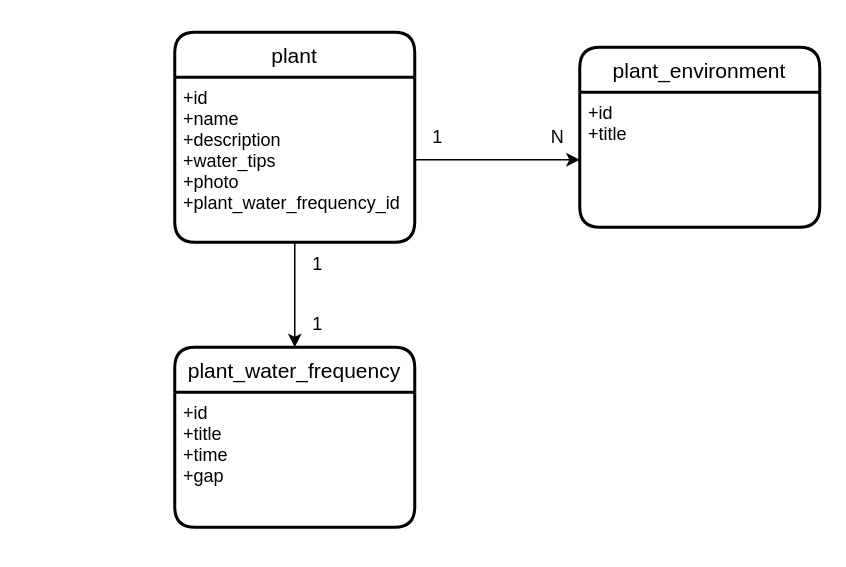
The draw.io diagram documentation/db.drawio in lucas-ssv/plant-manager-api, before the edit. Source tidied: cells renumbered, new cells numbered last; positions are measured from the earlier drawing's top-left corner, leaving out a move shared by most shapes. Both pictures are drawn from the tidied source at 150%, with x=0, y=0 at pixel (174, 32).
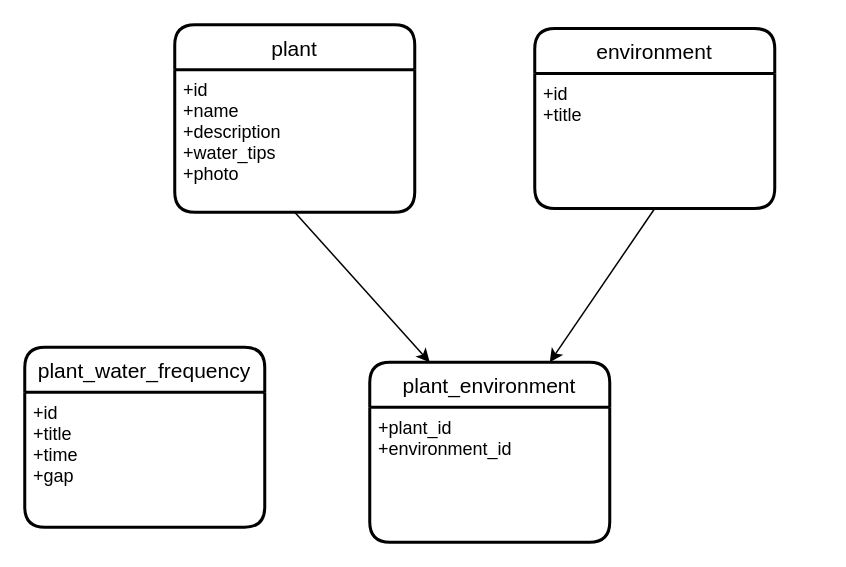
The same page after the edit.

What changed in the source:
```diff
@@
 <mxGraphModel>
   <root>
     <mxCell id="0" />
     <mxCell id="1" parent="0" />
     <mxCell id="2" value="plant" style="swimlane;horizontal=1;startSize=30;rounded=1;fontSize=14;fontStyle=0;strokeWidth=2;shadow=0;dashed=0;align=center;fillStyle=dashed;" parent="1" vertex="1">
-      <mxGeometry width="160" height="140" as="geometry" />
+      <mxGeometry y="-5" width="160" height="125" as="geometry" />
     </mxCell>
-    <mxCell id="3" value="+id&#10;+name&#10;+description&#10;+water_tips&#10;+photo&#10;+plant_water_frequency_id" style="align=left;strokeColor=none;fillColor=none;spacingLeft=4;fontSize=12;verticalAlign=top;fillStyle=dashed;" parent="2" vertex="1">
-      <mxGeometry y="30" width="160" height="110" as="geometry" />
+    <mxCell id="3" value="+id&#10;+name&#10;+description&#10;+water_tips&#10;+photo&#10;" style="align=left;strokeColor=none;fillColor=none;spacingLeft=4;fontSize=12;verticalAlign=top;fillStyle=dashed;" parent="2" vertex="1">
+      <mxGeometry y="30" width="160" height="95" as="geometry" />
     </mxCell>
-    <mxCell id="4" value="plant_environment" style="swimlane;horizontal=1;startSize=30;rounded=1;fontSize=14;fontStyle=0;strokeWidth=2;shadow=0;dashed=0;align=center;fillStyle=dashed;" parent="1" vertex="1">
-      <mxGeometry x="270" y="10" width="160" height="120" as="geometry" />
+    <mxCell id="4" value="environment" style="swimlane;horizontal=1;startSize=30;rounded=1;fontSize=14;fontStyle=0;strokeWidth=2;shadow=0;dashed=0;align=center;fillStyle=dashed;" parent="1" vertex="1">
+      <mxGeometry x="240" y="-2.5" width="160" height="120" as="geometry" />
     </mxCell>
     <mxCell id="5" value="+id&#10;+title" style="align=left;strokeColor=none;fillColor=none;spacingLeft=4;fontSize=12;verticalAlign=top;fillStyle=dashed;" parent="4" vertex="1">
       <mxGeometry y="30" width="160" height="90" as="geometry" />
     </mxCell>
-    <mxCell id="6" style="edgeStyle=none;html=1;" parent="1" edge="1" source="3" target="5">
-      <mxGeometry relative="1" as="geometry" />
-    </mxCell>
-    <mxCell id="7" value="1" style="text;html=1;align=center;verticalAlign=middle;strokeColor=none;fillColor=none;" parent="1" vertex="1">
-      <mxGeometry x="160" y="55" width="30" height="30" as="geometry" />
-    </mxCell>
-    <mxCell id="8" value="N" style="text;html=1;align=center;verticalAlign=middle;strokeColor=none;fillColor=none;" parent="1" vertex="1">
-      <mxGeometry x="240" y="55" width="30" height="30" as="geometry" />
-    </mxCell>
     <mxCell id="9" value="plant_water_frequency" style="swimlane;horizontal=1;startSize=30;rounded=1;fontSize=14;fontStyle=0;strokeWidth=2;shadow=0;dashed=0;align=center;fillStyle=dashed;" parent="1" vertex="1">
-      <mxGeometry y="210" width="160" height="120" as="geometry" />
+      <mxGeometry x="-100" y="210" width="160" height="120" as="geometry" />
     </mxCell>
     <mxCell id="10" value="+id&#10;+title&#10;+time&#10;+gap" style="align=left;strokeColor=none;fillColor=none;spacingLeft=4;fontSize=12;verticalAlign=top;fillStyle=dashed;" parent="9" vertex="1">
       <mxGeometry y="30" width="160" height="90" as="geometry" />
     </mxCell>
-    <mxCell id="11" style="edgeStyle=none;html=1;exitX=0.5;exitY=1;exitDx=0;exitDy=0;entryX=0.5;entryY=0;entryDx=0;entryDy=0;" parent="1" edge="1" source="3" target="9">
-      <mxGeometry relative="1" as="geometry" />
-    </mxCell>
-    <mxCell id="12" value="1" style="text;html=1;align=center;verticalAlign=middle;strokeColor=none;fillColor=none;" parent="1" vertex="1">
-      <mxGeometry x="80" y="140" width="30" height="30" as="geometry" />
-    </mxCell>
-    <mxCell id="13" value="1" style="text;html=1;align=center;verticalAlign=middle;strokeColor=none;fillColor=none;" parent="1" vertex="1">
-      <mxGeometry x="80" y="180" width="30" height="30" as="geometry" />
-    </mxCell>
+    <mxCell id="14" value="plant_environment" style="swimlane;horizontal=1;startSize=30;rounded=1;fontSize=14;fontStyle=0;strokeWidth=2;shadow=0;dashed=0;align=center;fillStyle=dashed;" parent="1" vertex="1">
+      <mxGeometry x="130" y="220" width="160" height="120" as="geometry" />
+    </mxCell>
+    <mxCell id="15" value="+plant_id&#10;+environment_id" style="align=left;strokeColor=none;fillColor=none;spacingLeft=4;fontSize=12;verticalAlign=top;fillStyle=dashed;" parent="14" vertex="1">
+      <mxGeometry y="30" width="160" height="90" as="geometry" />
+    </mxCell>
+    <mxCell id="16" style="edgeStyle=none;html=1;exitX=0.5;exitY=1;exitDx=0;exitDy=0;entryX=0.25;entryY=0;entryDx=0;entryDy=0;" parent="1" edge="1" source="3" target="14">
+      <mxGeometry relative="1" as="geometry" />
+    </mxCell>
+    <mxCell id="17" style="edgeStyle=none;html=1;exitX=0.5;exitY=1;exitDx=0;exitDy=0;entryX=0.75;entryY=0;entryDx=0;entryDy=0;" parent="1" edge="1" source="5" target="14">
+      <mxGeometry relative="1" as="geometry" />
+    </mxCell>
   </root>
 </mxGraphModel>
```
